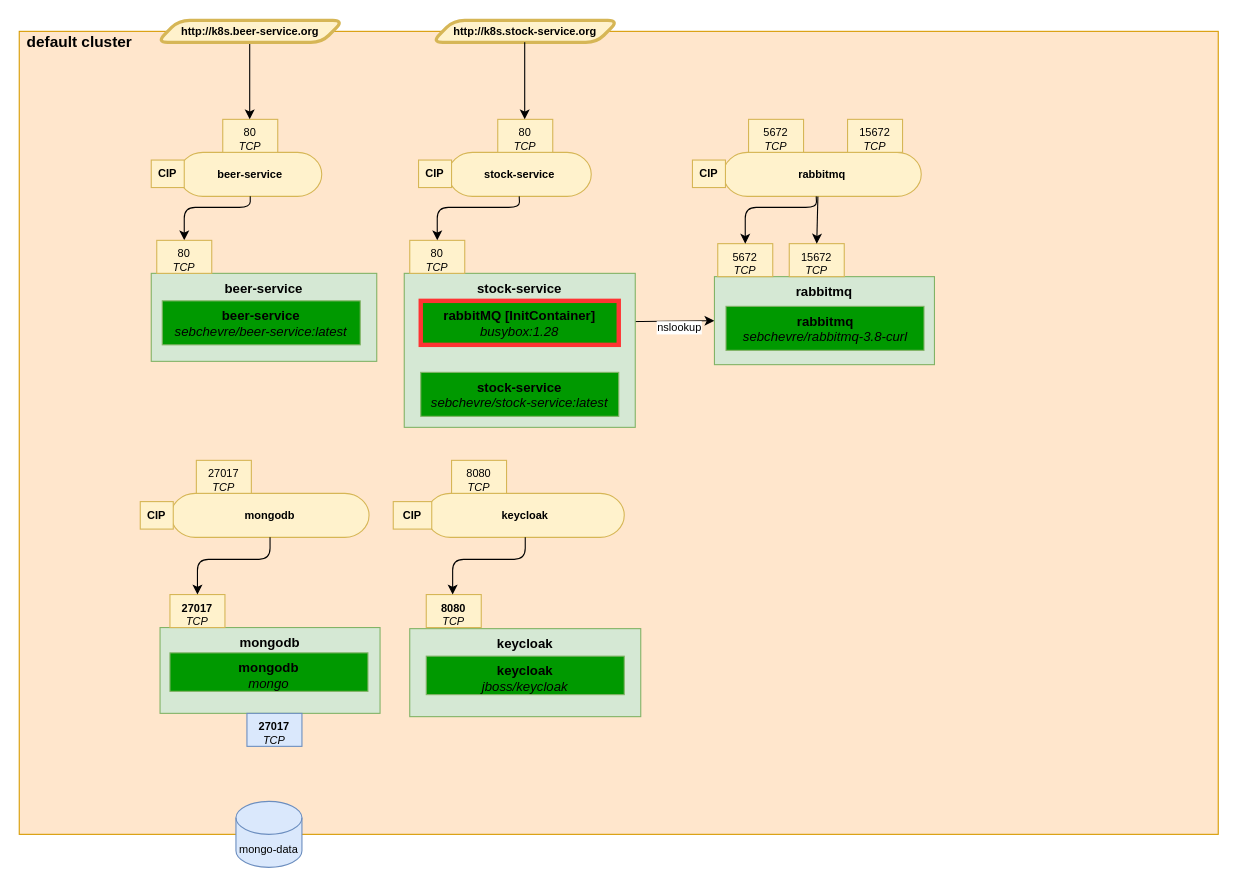
The draw.io diagram beershop.drawio in sebChevre/beershop, before the edit. Source tidied: cells renumbered, new cells numbered last; positions are measured from the earlier drawing's top-left corner, leaving out a move shared by most shapes. Both pictures are drawn from the tidied source at 110%, with x=0, y=0 at pixel (19, 20).
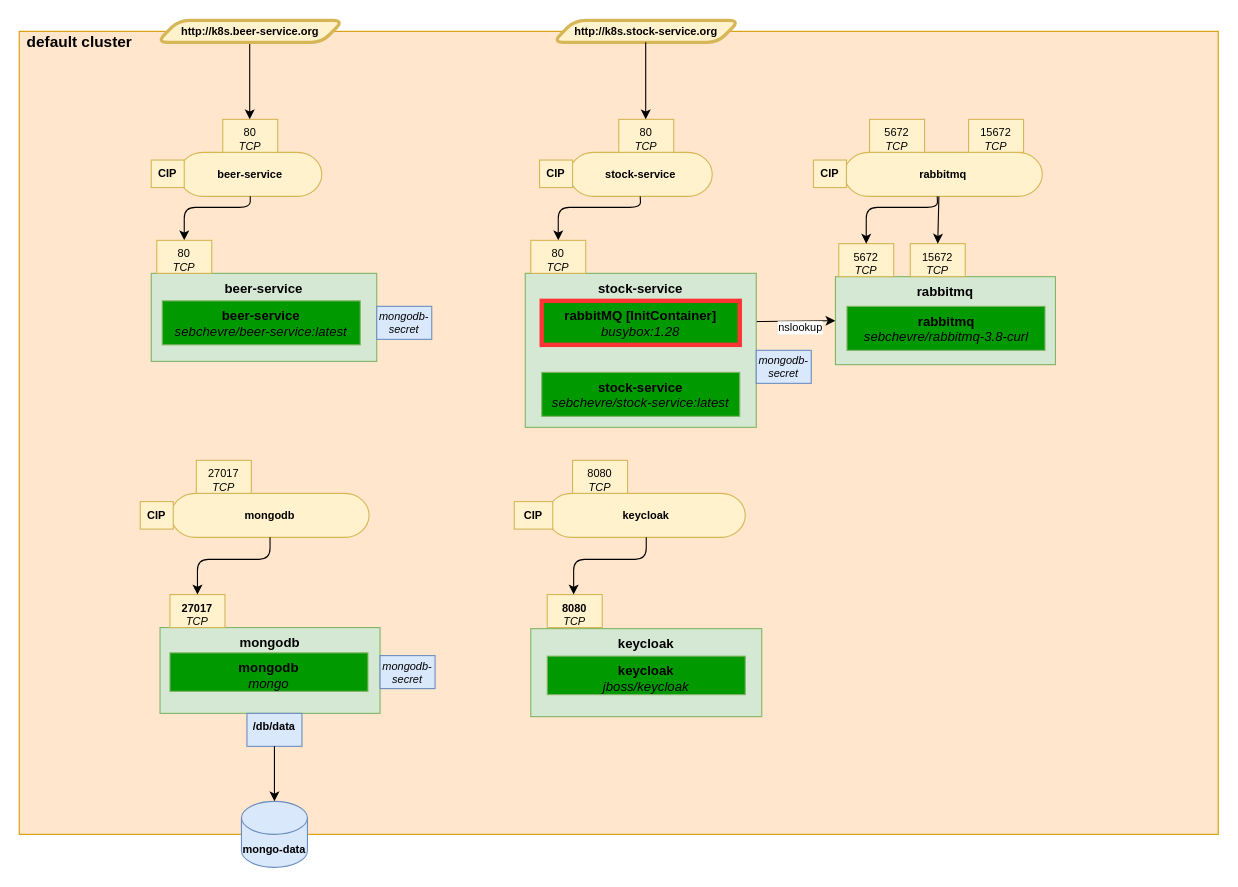
The same diagram, later.

The edit, as a diff of the source:
```diff
@@
     <mxCell id="4" value="keycloak" style="rounded=0;whiteSpace=wrap;html=1;fontSize=12;align=center;fontStyle=1;fillColor=#d5e8d4;strokeColor=#82b366;verticalAlign=top;" parent="1" vertex="1">
-      <mxGeometry x="355" y="553" width="210" height="80" as="geometry" />
+      <mxGeometry x="465" y="553" width="210" height="80" as="geometry" />
     </mxCell>
@@
     <mxCell id="17" style="group;" parent="1" vertex="1">
-      <mxGeometry x="350" width="220" height="370" as="geometry" />
+      <mxGeometry x="460" width="220" height="370" as="geometry" />
     </mxCell>
@@
     <mxCell id="27" style="group;" parent="1" vertex="1">
-      <mxGeometry x="620" y="90" width="220" height="223" as="geometry" />
+      <mxGeometry x="730" y="90" width="220" height="223" as="geometry" />
     </mxCell>
@@
     <mxCell id="42" value="keycloak&lt;br&gt;&lt;span style=&quot;font-weight: 400&quot;&gt;&lt;i&gt;jboss/keycloak&lt;/i&gt;&lt;/span&gt;" style="rounded=0;whiteSpace=wrap;html=1;fontSize=12;align=center;fontStyle=1;strokeColor=#82b366;verticalAlign=top;fillColor=#009900;" parent="1" vertex="1">
-      <mxGeometry x="370" y="578" width="180" height="35" as="geometry" />
+      <mxGeometry x="480" y="578" width="180" height="35" as="geometry" />
     </mxCell>
     <mxCell id="43" value="8080&lt;br style=&quot;font-size: 10px&quot;&gt;&lt;span style=&quot;font-weight: normal ; font-size: 10px&quot;&gt;&lt;i style=&quot;font-size: 10px&quot;&gt;TCP&lt;/i&gt;&lt;/span&gt;" style="rounded=0;whiteSpace=wrap;html=1;fontSize=10;align=center;fontStyle=1;strokeColor=#d6b656;verticalAlign=top;fillColor=#fff2cc;" parent="1" vertex="1">
-      <mxGeometry x="370" y="522" width="50" height="30" as="geometry" />
+      <mxGeometry x="480" y="522" width="50" height="30" as="geometry" />
     </mxCell>
     <mxCell id="44" value="keycloak" style="rounded=1;whiteSpace=wrap;html=1;fillColor=#fff2cc;fontSize=10;align=center;arcSize=55;strokeColor=#d6b656;fontStyle=1;" parent="1" vertex="1">
-      <mxGeometry x="370" y="430" width="180" height="40" as="geometry" />
+      <mxGeometry x="480" y="430" width="180" height="40" as="geometry" />
     </mxCell>
     <mxCell id="45" value="&lt;span style=&quot;font-weight: 400&quot;&gt;8080&lt;/span&gt;&lt;br style=&quot;font-size: 10px&quot;&gt;&lt;span style=&quot;font-weight: normal ; font-size: 10px&quot;&gt;&lt;i style=&quot;font-size: 10px&quot;&gt;TCP&lt;/i&gt;&lt;/span&gt;" style="rounded=0;whiteSpace=wrap;html=1;fontSize=10;align=center;fontStyle=1;strokeColor=#d6b656;verticalAlign=top;fillColor=#fff2cc;" parent="1" vertex="1">
-      <mxGeometry x="393" y="400" width="50" height="30" as="geometry" />
+      <mxGeometry x="503" y="400" width="50" height="30" as="geometry" />
     </mxCell>
     <mxCell id="46" style="endArrow=classic;html=1;fontSize=10;exitX=0.5;exitY=1;exitDx=0;exitDy=0;entryX=0.5;entryY=0;entryDx=0;entryDy=0;" parent="1" edge="1" source="44">
       <mxGeometry relative="1" as="geometry">
-        <mxPoint x="394" y="522" as="targetPoint" />
+        <mxPoint x="504" y="522" as="targetPoint" />
         <Array as="points">
-          <mxPoint x="460" y="490" />
-          <mxPoint x="394" y="490" />
+          <mxPoint x="570" y="490" />
+          <mxPoint x="504" y="490" />
         </Array>
       </mxGeometry>
     </mxCell>
@@
     <mxCell id="48" value="&lt;span style=&quot;&quot;&gt;CIP&lt;/span&gt;" style="rounded=0;whiteSpace=wrap;html=1;fontSize=10;align=center;fontStyle=1;strokeColor=#d6b656;verticalAlign=top;fillColor=#fff2cc;" parent="1" vertex="1">
-      <mxGeometry x="340" y="437.5" width="35" height="25" as="geometry" />
+      <mxGeometry x="450" y="437.5" width="35" height="25" as="geometry" />
     </mxCell>
@@
     <mxCell id="50" value="&lt;span style=&quot;&quot;&gt;CIP&lt;/span&gt;" style="rounded=0;whiteSpace=wrap;html=1;fontSize=10;align=center;fontStyle=1;strokeColor=#d6b656;verticalAlign=top;fillColor=#fff2cc;" parent="1" vertex="1">
-      <mxGeometry x="363" y="127" width="30" height="25" as="geometry" />
+      <mxGeometry x="473" y="127" width="30" height="25" as="geometry" />
     </mxCell>
     <mxCell id="51" value="&lt;span style=&quot;&quot;&gt;CIP&lt;/span&gt;" style="rounded=0;whiteSpace=wrap;html=1;fontSize=10;align=center;fontStyle=1;strokeColor=#d6b656;verticalAlign=top;fillColor=#fff2cc;" parent="1" vertex="1">
-      <mxGeometry x="612" y="127" width="30" height="25" as="geometry" />
+      <mxGeometry x="722" y="127" width="30" height="25" as="geometry" />
     </mxCell>
-    <mxCell id="52" value="mongo-data" style="shape=cylinder3;whiteSpace=wrap;html=1;boundedLbl=1;backgroundOutline=1;size=15;rounded=1;strokeColor=#6c8ebf;strokeWidth=1;fillColor=#dae8fc;fontSize=10;align=center;" parent="1" vertex="1">
-      <mxGeometry x="197" y="710" width="60" height="60" as="geometry" />
+    <mxCell id="52" value="mongo-data" style="shape=cylinder3;whiteSpace=wrap;html=1;boundedLbl=1;backgroundOutline=1;size=15;rounded=1;strokeColor=#6c8ebf;strokeWidth=1;fillColor=#dae8fc;fontSize=10;align=center;fontStyle=1;" parent="1" vertex="1">
+      <mxGeometry x="202" y="710" width="60" height="60" as="geometry" />
     </mxCell>
-    <mxCell id="53" value="&lt;span style=&quot;font-size: 10px&quot;&gt;27017&lt;/span&gt;&lt;br style=&quot;font-size: 10px&quot;&gt;&lt;span style=&quot;font-weight: normal ; font-size: 10px&quot;&gt;&lt;i style=&quot;font-size: 10px&quot;&gt;TCP&lt;/i&gt;&lt;/span&gt;" style="rounded=0;whiteSpace=wrap;html=1;fontSize=10;align=center;fontStyle=1;strokeColor=#6c8ebf;verticalAlign=top;fillColor=#dae8fc;" parent="1" vertex="1">
+    <mxCell id="53" value="/db/data" style="rounded=0;whiteSpace=wrap;html=1;fontSize=10;align=center;fontStyle=1;strokeColor=#6c8ebf;verticalAlign=top;fillColor=#dae8fc;" parent="1" vertex="1">
       <mxGeometry x="207" y="630" width="50" height="30" as="geometry" />
     </mxCell>
+    <mxCell id="54" style="endArrow=classic;html=1;fontSize=10;exitX=0.5;exitY=1;exitDx=0;exitDy=0;entryX=0.5;entryY=0;entryDx=0;entryDy=0;entryPerimeter=0;" parent="1" edge="1" source="53" target="52">
+      <mxGeometry relative="1" as="geometry" />
+    </mxCell>
+    <mxCell id="55" value="mongodb-secret" style="rounded=0;whiteSpace=wrap;html=1;fontSize=10;align=center;fontStyle=2;strokeColor=#6c8ebf;verticalAlign=middle;fillColor=#dae8fc;" parent="1" vertex="1">
+      <mxGeometry x="328" y="577.5" width="50" height="30" as="geometry" />
+    </mxCell>
+    <mxCell id="56" value="mongodb-secret" style="rounded=0;whiteSpace=wrap;html=1;fontSize=10;align=center;fontStyle=2;strokeColor=#6c8ebf;verticalAlign=middle;fillColor=#dae8fc;" parent="1" vertex="1">
+      <mxGeometry x="325" y="260" width="50" height="30" as="geometry" />
+    </mxCell>
+    <mxCell id="57" value="mongodb-secret" style="rounded=0;whiteSpace=wrap;html=1;fontSize=10;align=center;fontStyle=2;strokeColor=#6c8ebf;verticalAlign=middle;fillColor=#dae8fc;" parent="1" vertex="1">
+      <mxGeometry x="670" y="300" width="50" height="30" as="geometry" />
+    </mxCell>
```
